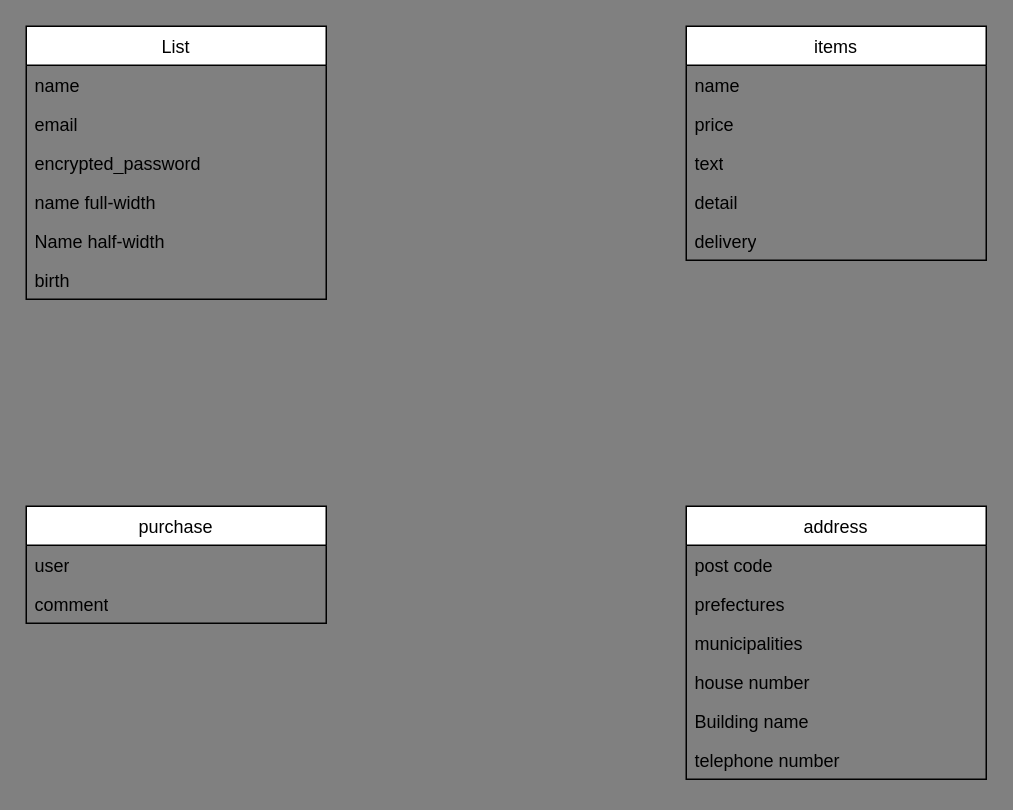
The draw.io diagram ER図.dio in takanashi11/furima-39315, before the edit. Source tidied: cells renumbered, new cells numbered last; positions are measured from the earlier drawing's top-left corner, leaving out a move shared by most shapes. Both pictures are drawn from the tidied source at 150%, with x=0, y=0 at pixel (26, 26).
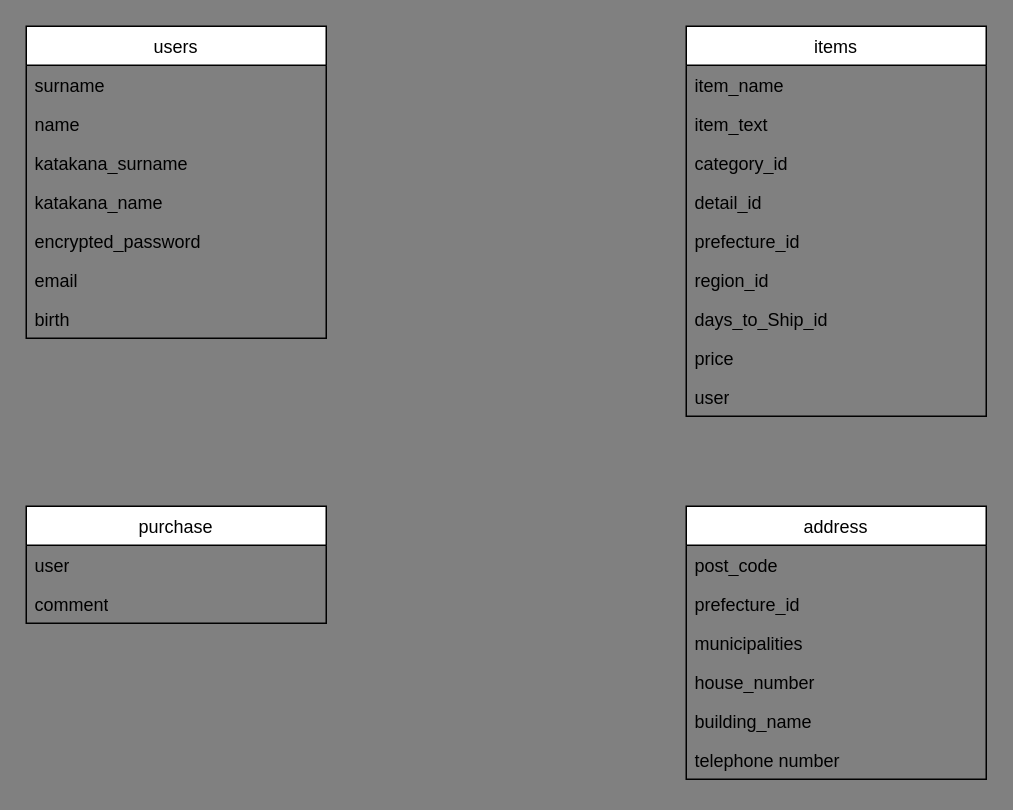
After the change.

Unchanged cells that the change refers to:
```xml
<mxCell id="11" value="address" style="swimlane;fontStyle=0;horizontal=1;startSize=26;" parent="1" vertex="1">
  <mxGeometry x="440" y="320" width="200" height="182" as="geometry" />
</mxCell>
```

What changed in the source:
```diff
@@
     <mxCell id="2" value="items" style="swimlane;fontStyle=0;horizontal=1;startSize=26;" parent="1" vertex="1">
-      <mxGeometry x="440" width="200" height="156" as="geometry" />
+      <mxGeometry x="440" width="200" height="260" as="geometry" />
     </mxCell>
-    <mxCell id="3" value="name" style="text;align=left;verticalAlign=top;spacingLeft=4;spacingRight=4;overflow=hidden;whiteSpace=wrap;" parent="2" vertex="1">
+    <mxCell id="3" value="item_name" style="text;align=left;verticalAlign=top;spacingLeft=4;spacingRight=4;overflow=hidden;whiteSpace=wrap;" parent="2" vertex="1">
       <mxGeometry y="26" width="200" height="26" as="geometry" />
     </mxCell>
-    <mxCell id="4" value="price" style="text;align=left;verticalAlign=top;spacingLeft=4;spacingRight=4;overflow=hidden;whiteSpace=wrap;" parent="2" vertex="1">
+    <mxCell id="4" value="item_text" style="text;align=left;verticalAlign=top;spacingLeft=4;spacingRight=4;overflow=hidden;whiteSpace=wrap;" parent="2" vertex="1">
       <mxGeometry y="52" width="200" height="26" as="geometry" />
     </mxCell>
-    <mxCell id="5" value="text" style="text;align=left;verticalAlign=top;spacingLeft=4;spacingRight=4;overflow=hidden;whiteSpace=wrap;" parent="2" vertex="1">
+    <mxCell id="5" value="category_id" style="text;align=left;verticalAlign=top;spacingLeft=4;spacingRight=4;overflow=hidden;whiteSpace=wrap;" parent="2" vertex="1">
       <mxGeometry y="78" width="200" height="26" as="geometry" />
     </mxCell>
-    <mxCell id="6" value="detail" style="text;align=left;verticalAlign=top;spacingLeft=4;spacingRight=4;overflow=hidden;whiteSpace=wrap;" parent="2" vertex="1">
+    <mxCell id="6" value="detail_id" style="text;align=left;verticalAlign=top;spacingLeft=4;spacingRight=4;overflow=hidden;whiteSpace=wrap;" parent="2" vertex="1">
       <mxGeometry y="104" width="200" height="26" as="geometry" />
     </mxCell>
-    <mxCell id="7" value="delivery" style="text;align=left;verticalAlign=top;spacingLeft=4;spacingRight=4;overflow=hidden;whiteSpace=wrap;" parent="2" vertex="1">
-      <mxGeometry y="130" width="200" height="26" as="geometry" />
-    </mxCell>
+    <mxCell id="25" value="prefecture_id  " style="text;align=left;verticalAlign=top;spacingLeft=4;spacingRight=4;overflow=hidden;whiteSpace=wrap;" parent="2" vertex="1">
+      <mxGeometry y="130" width="200" height="26" as="geometry" />
+    </mxCell>
+    <mxCell id="26" value="region_id" style="text;align=left;verticalAlign=top;spacingLeft=4;spacingRight=4;overflow=hidden;whiteSpace=wrap;" parent="2" vertex="1">
+      <mxGeometry y="156" width="200" height="26" as="geometry" />
+    </mxCell>
+    <mxCell id="27" value="days_to_Ship_id" style="text;align=left;verticalAlign=top;spacingLeft=4;spacingRight=4;overflow=hidden;whiteSpace=wrap;" parent="2" vertex="1">
+      <mxGeometry y="182" width="200" height="26" as="geometry" />
+    </mxCell>
+    <mxCell id="28" value="price" style="text;align=left;verticalAlign=top;spacingLeft=4;spacingRight=4;overflow=hidden;whiteSpace=wrap;" parent="2" vertex="1">
+      <mxGeometry y="208" width="200" height="26" as="geometry" />
+    </mxCell>
+    <mxCell id="29" value="user" style="text;align=left;verticalAlign=top;spacingLeft=4;spacingRight=4;overflow=hidden;whiteSpace=wrap;" parent="2" vertex="1">
+      <mxGeometry y="234" width="200" height="26" as="geometry" />
+    </mxCell>
@@
-    <mxCell id="12" value="post code" style="text;align=left;verticalAlign=top;spacingLeft=4;spacingRight=4;overflow=hidden;whiteSpace=wrap;" parent="11" vertex="1">
+    <mxCell id="12" value="post_code" style="text;align=left;verticalAlign=top;spacingLeft=4;spacingRight=4;overflow=hidden;whiteSpace=wrap;" parent="11" vertex="1">
       <mxGeometry y="26" width="200" height="26" as="geometry" />
     </mxCell>
-    <mxCell id="13" value="prefectures   " style="text;align=left;verticalAlign=top;spacingLeft=4;spacingRight=4;overflow=hidden;whiteSpace=wrap;" parent="11" vertex="1">
+    <mxCell id="13" value="prefecture_id" style="text;align=left;verticalAlign=top;spacingLeft=4;spacingRight=4;overflow=hidden;whiteSpace=wrap;" parent="11" vertex="1">
       <mxGeometry y="52" width="200" height="26" as="geometry" />
     </mxCell>
@@
-    <mxCell id="15" value="house number" style="text;align=left;verticalAlign=top;spacingLeft=4;spacingRight=4;overflow=hidden;whiteSpace=wrap;" parent="11" vertex="1">
+    <mxCell id="15" value="house_number" style="text;align=left;verticalAlign=top;spacingLeft=4;spacingRight=4;overflow=hidden;whiteSpace=wrap;" parent="11" vertex="1">
       <mxGeometry y="104" width="200" height="26" as="geometry" />
     </mxCell>
-    <mxCell id="16" value="Building name " style="text;align=left;verticalAlign=top;spacingLeft=4;spacingRight=4;overflow=hidden;whiteSpace=wrap;" parent="11" vertex="1">
+    <mxCell id="16" value="building_name " style="text;align=left;verticalAlign=top;spacingLeft=4;spacingRight=4;overflow=hidden;whiteSpace=wrap;" parent="11" vertex="1">
       <mxGeometry y="130" width="200" height="26" as="geometry" />
     </mxCell>
@@
-    <mxCell id="18" value="List" style="swimlane;fontStyle=0;horizontal=1;startSize=26;" parent="1" vertex="1">
-      <mxGeometry width="200" height="182" as="geometry" />
+    <mxCell id="18" value="users" style="swimlane;fontStyle=0;horizontal=1;startSize=26;" parent="1" vertex="1">
+      <mxGeometry width="200" height="208" as="geometry" />
     </mxCell>
-    <mxCell id="19" value="name" style="text;align=left;verticalAlign=top;spacingLeft=4;spacingRight=4;overflow=hidden;whiteSpace=wrap;" parent="18" vertex="1">
+    <mxCell id="19" value="surname" style="text;align=left;verticalAlign=top;spacingLeft=4;spacingRight=4;overflow=hidden;whiteSpace=wrap;" parent="18" vertex="1">
       <mxGeometry y="26" width="200" height="26" as="geometry" />
     </mxCell>
-    <mxCell id="20" value="email" style="text;align=left;verticalAlign=top;spacingLeft=4;spacingRight=4;overflow=hidden;whiteSpace=wrap;" parent="18" vertex="1">
+    <mxCell id="20" value="name" style="text;align=left;verticalAlign=top;spacingLeft=4;spacingRight=4;overflow=hidden;whiteSpace=wrap;" parent="18" vertex="1">
       <mxGeometry y="52" width="200" height="26" as="geometry" />
     </mxCell>
+    <mxCell id="30" value="katakana_surname" style="text;align=left;verticalAlign=top;spacingLeft=4;spacingRight=4;overflow=hidden;whiteSpace=wrap;" parent="18" vertex="1">
+      <mxGeometry y="78" width="200" height="26" as="geometry" />
+    </mxCell>
+    <mxCell id="31" value="katakana_name" style="text;align=left;verticalAlign=top;spacingLeft=4;spacingRight=4;overflow=hidden;whiteSpace=wrap;" parent="18" vertex="1">
+      <mxGeometry y="104" width="200" height="26" as="geometry" />
+    </mxCell>
     <mxCell id="21" value="encrypted_password" style="text;align=left;verticalAlign=top;spacingLeft=4;spacingRight=4;overflow=hidden;whiteSpace=wrap;" parent="18" vertex="1">
-      <mxGeometry y="78" width="200" height="26" as="geometry" />
+      <mxGeometry y="130" width="200" height="26" as="geometry" />
     </mxCell>
-    <mxCell id="22" value="name full-width" style="text;align=left;verticalAlign=top;spacingLeft=4;spacingRight=4;overflow=hidden;whiteSpace=wrap;" parent="18" vertex="1">
-      <mxGeometry y="104" width="200" height="26" as="geometry" />
-    </mxCell>
-    <mxCell id="23" value="Name half-width" style="text;align=left;verticalAlign=top;spacingLeft=4;spacingRight=4;overflow=hidden;whiteSpace=wrap;" parent="18" vertex="1">
-      <mxGeometry y="130" width="200" height="26" as="geometry" />
+    <mxCell id="23" value="email" style="text;align=left;verticalAlign=top;spacingLeft=4;spacingRight=4;overflow=hidden;whiteSpace=wrap;" parent="18" vertex="1">
+      <mxGeometry y="156" width="200" height="26" as="geometry" />
     </mxCell>
     <mxCell id="24" value="birth" style="text;align=left;verticalAlign=top;spacingLeft=4;spacingRight=4;overflow=hidden;whiteSpace=wrap;" parent="18" vertex="1">
-      <mxGeometry y="156" width="200" height="26" as="geometry" />
+      <mxGeometry y="182" width="200" height="26" as="geometry" />
     </mxCell>
```
